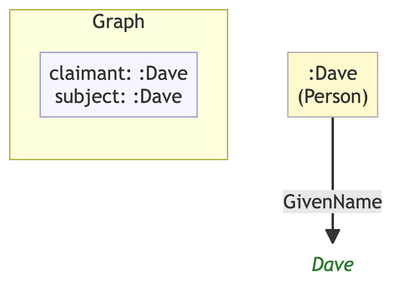
This is example/graphs/images/graph-68.png from MeeFoundation/mia-ontologies, a Mermaid export, as it was before one commit. Its source is kept beside it as example/graphs/images/graph-68.mmd.
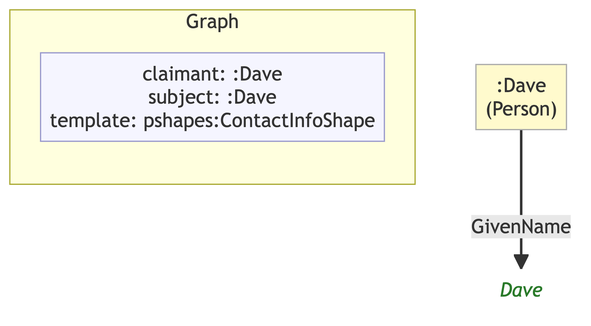
After the change.

What changed in the source:
```diff
@@ -6,10 +6,10 @@
 
     subgraph ctx["Graph"]
         direction LR
-        ctx_meta["claimant: :Dave\nsubject: :Dave"]:::meta
+        ctx_meta["claimant: :Dave\nsubject: :Dave\ntemplate: pshapes:ContactInfoShape"]:::meta
     end
 
     n1c28f5f47932[":Dave\n(Person)"]:::person
-    nf52e89d70a31("Dave"):::lit
+    nc848fcddf567("Dave"):::lit
 
-    n1c28f5f47932 -->|"GivenName"| nf52e89d70a31
+    n1c28f5f47932 -->|"GivenName"| nc848fcddf567
```
